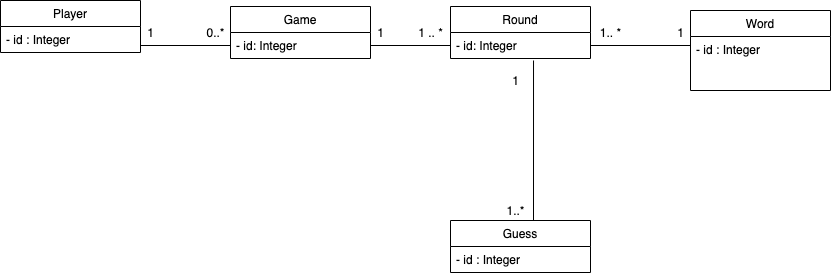
Above: Diagrams/LingoTrainerDomein.png in C5Lightning/cisq1-lingo (draw.io), before the change. Source tidied: cells renumbered, new cells last; positions are measured from the earlier drawing's top-left corner, leaving out a move shared by most shapes. The source it was exported from:
```xml
<mxGraphModel>
  <root>
    <mxCell id="0" />
    <mxCell id="1" parent="0" />
    <mxCell id="2" value="Word" style="swimlane;fontStyle=0;horizontal=1;startSize=26;fillColor=none;" parent="1" vertex="1">
      <mxGeometry x="690" y="10" width="140" height="80" as="geometry" />
    </mxCell>
    <mxCell id="3" value="- id : Integer" style="text;strokeColor=none;fillColor=none;align=left;verticalAlign=top;spacingLeft=4;spacingRight=4;overflow=hidden;" parent="2" vertex="1">
      <mxGeometry y="26" width="140" height="54" as="geometry" />
    </mxCell>
    <mxCell id="4" value="Round" style="swimlane;fontStyle=0;horizontal=1;startSize=26;fillColor=none;" parent="1" vertex="1">
      <mxGeometry x="450" y="6" width="140" height="52" as="geometry" />
    </mxCell>
    <mxCell id="5" value="- id: Integer" style="text;strokeColor=none;fillColor=none;align=left;verticalAlign=top;spacingLeft=4;spacingRight=4;overflow=hidden;" parent="4" vertex="1">
      <mxGeometry y="26" width="140" height="26" as="geometry" />
    </mxCell>
    <mxCell id="6" value="Player" style="swimlane;fontStyle=0;horizontal=1;startSize=26;fillColor=none;" parent="1" vertex="1">
      <mxGeometry width="140" height="52" as="geometry" />
    </mxCell>
    <mxCell id="7" value="- id : Integer" style="text;strokeColor=none;fillColor=none;align=left;verticalAlign=top;spacingLeft=4;spacingRight=4;overflow=hidden;points=[[0,0.5],[1,0.5]];portConstraint=eastwest;" parent="6" vertex="1">
      <mxGeometry y="26" width="140" height="26" as="geometry" />
    </mxCell>
    <mxCell id="8" value="Game" style="swimlane;fontStyle=0;horizontal=1;startSize=26;fillColor=none;" parent="1" vertex="1">
      <mxGeometry x="230" y="6" width="140" height="52" as="geometry" />
    </mxCell>
    <mxCell id="9" value="- id: Integer" style="text;strokeColor=none;fillColor=none;align=left;verticalAlign=top;spacingLeft=4;spacingRight=4;overflow=hidden;points=[[0,0.5],[1,0.5]];portConstraint=eastwest;" parent="8" vertex="1">
      <mxGeometry y="26" width="140" height="26" as="geometry" />
    </mxCell>
    <mxCell id="10" value="Guess" style="swimlane;fontStyle=0;horizontal=1;startSize=26;fillColor=none;" parent="1" vertex="1">
      <mxGeometry x="450" y="220" width="140" height="52" as="geometry" />
    </mxCell>
    <mxCell id="11" value="- id : Integer" style="text;strokeColor=none;fillColor=none;align=left;verticalAlign=top;spacingLeft=4;spacingRight=4;overflow=hidden;" parent="10" vertex="1">
      <mxGeometry y="26" width="140" height="26" as="geometry" />
    </mxCell>
    <mxCell id="12" style="edgeStyle=orthogonalEdgeStyle;rounded=0;jettySize=auto;html=1;exitX=1;exitY=0.5;exitDx=0;exitDy=0;entryX=0;entryY=0.5;entryDx=0;entryDy=0;endArrow=none;endFill=0;" parent="1" edge="1" source="7">
      <mxGeometry relative="1" as="geometry">
        <mxPoint x="230" y="45" as="targetPoint" />
        <Array as="points">
          <mxPoint x="140" y="45" />
        </Array>
      </mxGeometry>
    </mxCell>
    <mxCell id="13" style="edgeStyle=orthogonalEdgeStyle;rounded=0;orthogonalLoop=1;jettySize=auto;html=1;exitX=1;exitY=0.5;exitDx=0;exitDy=0;entryX=0;entryY=0.5;entryDx=0;entryDy=0;endArrow=none;endFill=0;" parent="1" edge="1">
      <mxGeometry relative="1" as="geometry">
        <mxPoint x="370" y="45" as="sourcePoint" />
        <mxPoint x="450" y="45" as="targetPoint" />
      </mxGeometry>
    </mxCell>
    <mxCell id="14" style="edgeStyle=orthogonalEdgeStyle;rounded=0;jettySize=auto;html=1;exitX=0.5;exitY=0;exitDx=0;exitDy=0;entryX=0.593;entryY=1.077;entryDx=0;entryDy=0;entryPerimeter=0;endArrow=none;endFill=0;" parent="1" edge="1" source="10">
      <mxGeometry relative="1" as="geometry">
        <mxPoint x="533" y="60" as="targetPoint" />
        <Array as="points">
          <mxPoint x="533" y="220" />
        </Array>
      </mxGeometry>
    </mxCell>
    <mxCell id="15" value="1" style="text;html=1;align=center;verticalAlign=middle;" parent="1" vertex="1">
      <mxGeometry x="140" y="22" width="20" height="20" as="geometry" />
    </mxCell>
    <mxCell id="16" value="0..*" style="text;html=1;align=center;verticalAlign=middle;" parent="1" vertex="1">
      <mxGeometry x="200" y="22" width="30" height="20" as="geometry" />
    </mxCell>
    <mxCell id="17" style="edgeStyle=orthogonalEdgeStyle;rounded=0;orthogonalLoop=1;jettySize=auto;html=1;exitX=1;exitY=0.5;exitDx=0;exitDy=0;entryX=0;entryY=0.5;entryDx=0;entryDy=0;endArrow=none;endFill=0;" parent="1" edge="1">
      <mxGeometry relative="1" as="geometry">
        <mxPoint x="590" y="45" as="sourcePoint" />
        <mxPoint x="690" y="45" as="targetPoint" />
      </mxGeometry>
    </mxCell>
    <mxCell id="18" value="1" style="text;html=1;align=center;verticalAlign=middle;" parent="1" vertex="1">
      <mxGeometry x="670" y="22" width="20" height="20" as="geometry" />
    </mxCell>
    <mxCell id="19" value="1 .. *" style="text;html=1;align=center;verticalAlign=middle;" parent="1" vertex="1">
      <mxGeometry x="410" y="22" width="40" height="20" as="geometry" />
    </mxCell>
    <mxCell id="20" value="1" style="text;html=1;align=center;verticalAlign=middle;" parent="1" vertex="1">
      <mxGeometry x="505" y="70" width="20" height="20" as="geometry" />
    </mxCell>
    <mxCell id="21" value="1..*" style="text;html=1;align=center;verticalAlign=middle;" parent="1" vertex="1">
      <mxGeometry x="500" y="200" width="30" height="20" as="geometry" />
    </mxCell>
    <mxCell id="22" value="1.. *" style="text;html=1;align=center;verticalAlign=middle;" parent="1" vertex="1">
      <mxGeometry x="590" y="22" width="40" height="20" as="geometry" />
    </mxCell>
    <mxCell id="23" value="1" style="text;html=1;align=center;verticalAlign=middle;" parent="1" vertex="1">
      <mxGeometry x="370" y="22" width="20" height="20" as="geometry" />
    </mxCell>
  </root>
</mxGraphModel>
```
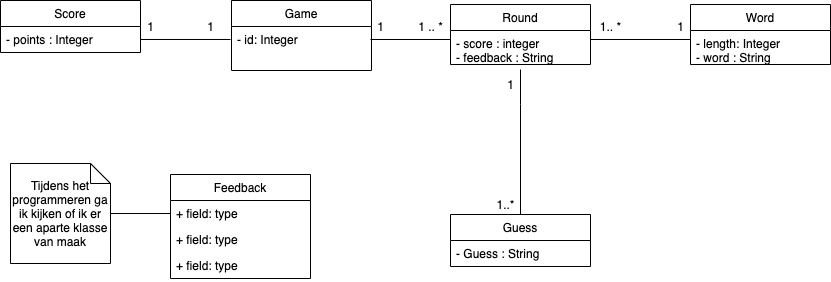
After the change.

The edit, as a diff of the source:
```diff
@@ -3,63 +3,32 @@
     <mxCell id="0" />
     <mxCell id="1" parent="0" />
     <mxCell id="2" value="Word" style="swimlane;fontStyle=0;horizontal=1;startSize=26;fillColor=none;" parent="1" vertex="1">
-      <mxGeometry x="690" y="10" width="140" height="80" as="geometry" />
+      <mxGeometry x="690" y="10" width="140" height="60" as="geometry" />
     </mxCell>
-    <mxCell id="3" value="- id : Integer" style="text;strokeColor=none;fillColor=none;align=left;verticalAlign=top;spacingLeft=4;spacingRight=4;overflow=hidden;" parent="2" vertex="1">
-      <mxGeometry y="26" width="140" height="54" as="geometry" />
+    <mxCell id="3" value="- length: Integer&#10;- word : String" style="text;strokeColor=none;fillColor=none;align=left;verticalAlign=top;spacingLeft=4;spacingRight=4;overflow=hidden;" parent="2" vertex="1">
+      <mxGeometry y="26" width="140" height="34" as="geometry" />
     </mxCell>
-    <mxCell id="4" value="Round" style="swimlane;fontStyle=0;horizontal=1;startSize=26;fillColor=none;" parent="1" vertex="1">
-      <mxGeometry x="450" y="6" width="140" height="52" as="geometry" />
-    </mxCell>
-    <mxCell id="5" value="- id: Integer" style="text;strokeColor=none;fillColor=none;align=left;verticalAlign=top;spacingLeft=4;spacingRight=4;overflow=hidden;" parent="4" vertex="1">
-      <mxGeometry y="26" width="140" height="26" as="geometry" />
-    </mxCell>
-    <mxCell id="6" value="Player" style="swimlane;fontStyle=0;horizontal=1;startSize=26;fillColor=none;" parent="1" vertex="1">
-      <mxGeometry width="140" height="52" as="geometry" />
-    </mxCell>
-    <mxCell id="7" value="- id : Integer" style="text;strokeColor=none;fillColor=none;align=left;verticalAlign=top;spacingLeft=4;spacingRight=4;overflow=hidden;points=[[0,0.5],[1,0.5]];portConstraint=eastwest;" parent="6" vertex="1">
-      <mxGeometry y="26" width="140" height="26" as="geometry" />
-    </mxCell>
     <mxCell id="8" value="Game" style="swimlane;fontStyle=0;horizontal=1;startSize=26;fillColor=none;" parent="1" vertex="1">
-      <mxGeometry x="230" y="6" width="140" height="52" as="geometry" />
+      <mxGeometry x="231" y="6" width="140" height="70" as="geometry" />
     </mxCell>
-    <mxCell id="9" value="- id: Integer" style="text;strokeColor=none;fillColor=none;align=left;verticalAlign=top;spacingLeft=4;spacingRight=4;overflow=hidden;points=[[0,0.5],[1,0.5]];portConstraint=eastwest;" parent="8" vertex="1">
-      <mxGeometry y="26" width="140" height="26" as="geometry" />
+    <mxCell id="9" value="- id: Integer&#10;" style="text;strokeColor=none;fillColor=none;align=left;verticalAlign=top;spacingLeft=4;spacingRight=4;overflow=hidden;points=[[0,0.5],[1,0.5]];portConstraint=eastwest;" parent="8" vertex="1">
+      <mxGeometry y="26" width="140" height="44" as="geometry" />
     </mxCell>
-    <mxCell id="10" value="Guess" style="swimlane;fontStyle=0;horizontal=1;startSize=26;fillColor=none;" parent="1" vertex="1">
-      <mxGeometry x="450" y="220" width="140" height="52" as="geometry" />
-    </mxCell>
-    <mxCell id="11" value="- id : Integer" style="text;strokeColor=none;fillColor=none;align=left;verticalAlign=top;spacingLeft=4;spacingRight=4;overflow=hidden;" parent="10" vertex="1">
-      <mxGeometry y="26" width="140" height="26" as="geometry" />
-    </mxCell>
-    <mxCell id="12" style="edgeStyle=orthogonalEdgeStyle;rounded=0;jettySize=auto;html=1;exitX=1;exitY=0.5;exitDx=0;exitDy=0;entryX=0;entryY=0.5;entryDx=0;entryDy=0;endArrow=none;endFill=0;" parent="1" edge="1" source="7">
-      <mxGeometry relative="1" as="geometry">
-        <mxPoint x="230" y="45" as="targetPoint" />
-        <Array as="points">
-          <mxPoint x="140" y="45" />
-        </Array>
-      </mxGeometry>
-    </mxCell>
     <mxCell id="13" style="edgeStyle=orthogonalEdgeStyle;rounded=0;orthogonalLoop=1;jettySize=auto;html=1;exitX=1;exitY=0.5;exitDx=0;exitDy=0;entryX=0;entryY=0.5;entryDx=0;entryDy=0;endArrow=none;endFill=0;" parent="1" edge="1">
       <mxGeometry relative="1" as="geometry">
         <mxPoint x="370" y="45" as="sourcePoint" />
         <mxPoint x="450" y="45" as="targetPoint" />
       </mxGeometry>
     </mxCell>
-    <mxCell id="14" style="edgeStyle=orthogonalEdgeStyle;rounded=0;jettySize=auto;html=1;exitX=0.5;exitY=0;exitDx=0;exitDy=0;entryX=0.593;entryY=1.077;entryDx=0;entryDy=0;entryPerimeter=0;endArrow=none;endFill=0;" parent="1" edge="1" source="10">
+    <mxCell id="14" style="edgeStyle=orthogonalEdgeStyle;rounded=0;jettySize=auto;html=1;exitX=0.5;exitY=0;exitDx=0;exitDy=0;endArrow=none;endFill=0;entryX=0.5;entryY=1.147;entryDx=0;entryDy=0;entryPerimeter=0;" parent="1" edge="1" target="29">
       <mxGeometry relative="1" as="geometry">
-        <mxPoint x="533" y="60" as="targetPoint" />
+        <mxPoint x="520" y="220" as="sourcePoint" />
         <Array as="points">
-          <mxPoint x="533" y="220" />
+          <mxPoint x="520" y="110" />
+          <mxPoint x="520" y="110" />
         </Array>
       </mxGeometry>
     </mxCell>
-    <mxCell id="15" value="1" style="text;html=1;align=center;verticalAlign=middle;" parent="1" vertex="1">
-      <mxGeometry x="140" y="22" width="20" height="20" as="geometry" />
-    </mxCell>
-    <mxCell id="16" value="0..*" style="text;html=1;align=center;verticalAlign=middle;" parent="1" vertex="1">
-      <mxGeometry x="200" y="22" width="30" height="20" as="geometry" />
-    </mxCell>
     <mxCell id="17" style="edgeStyle=orthogonalEdgeStyle;rounded=0;orthogonalLoop=1;jettySize=auto;html=1;exitX=1;exitY=0.5;exitDx=0;exitDy=0;entryX=0;entryY=0.5;entryDx=0;entryDy=0;endArrow=none;endFill=0;" parent="1" edge="1">
       <mxGeometry relative="1" as="geometry">
         <mxPoint x="590" y="45" as="sourcePoint" />
@@ -73,10 +42,10 @@
       <mxGeometry x="410" y="22" width="40" height="20" as="geometry" />
     </mxCell>
     <mxCell id="20" value="1" style="text;html=1;align=center;verticalAlign=middle;" parent="1" vertex="1">
-      <mxGeometry x="505" y="70" width="20" height="20" as="geometry" />
+      <mxGeometry x="500" y="80" width="20" height="20" as="geometry" />
     </mxCell>
     <mxCell id="21" value="1..*" style="text;html=1;align=center;verticalAlign=middle;" parent="1" vertex="1">
-      <mxGeometry x="500" y="200" width="30" height="20" as="geometry" />
+      <mxGeometry x="490" y="200" width="30" height="20" as="geometry" />
     </mxCell>
     <mxCell id="22" value="1.. *" style="text;html=1;align=center;verticalAlign=middle;" parent="1" vertex="1">
       <mxGeometry x="590" y="22" width="40" height="20" as="geometry" />
@@ -84,5 +53,50 @@
     <mxCell id="23" value="1" style="text;html=1;align=center;verticalAlign=middle;" parent="1" vertex="1">
       <mxGeometry x="370" y="22" width="20" height="20" as="geometry" />
     </mxCell>
+    <mxCell id="24" value="Score" style="swimlane;fontStyle=0;horizontal=1;startSize=26;fillColor=none;" parent="1" vertex="1">
+      <mxGeometry y="6" width="140" height="52" as="geometry" />
+    </mxCell>
+    <mxCell id="25" value="- points : Integer" style="text;strokeColor=none;fillColor=none;align=left;verticalAlign=top;spacingLeft=4;spacingRight=4;overflow=hidden;points=[[0,0.5],[1,0.5]];portConstraint=eastwest;" parent="24" vertex="1">
+      <mxGeometry y="26" width="140" height="26" as="geometry" />
+    </mxCell>
+    <mxCell id="26" style="edgeStyle=orthogonalEdgeStyle;rounded=0;jettySize=auto;html=1;entryX=-0.007;entryY=0.295;entryDx=0;entryDy=0;entryPerimeter=0;endArrow=none;endFill=0;" parent="1" edge="1" source="25" target="9">
+      <mxGeometry relative="1" as="geometry" />
+    </mxCell>
+    <mxCell id="15" value="1" style="text;html=1;align=center;verticalAlign=middle;" parent="1" vertex="1">
+      <mxGeometry x="140" y="22" width="20" height="20" as="geometry" />
+    </mxCell>
+    <mxCell id="27" value="1" style="text;html=1;align=center;verticalAlign=middle;" parent="1" vertex="1">
+      <mxGeometry x="200" y="22" width="20" height="20" as="geometry" />
+    </mxCell>
+    <mxCell id="10" value="Guess" style="swimlane;fontStyle=0;horizontal=1;startSize=26;fillColor=none;" parent="1" vertex="1">
+      <mxGeometry x="450" y="220" width="140" height="52" as="geometry" />
+    </mxCell>
+    <mxCell id="28" value="- Guess : String" style="text;strokeColor=none;fillColor=none;align=left;verticalAlign=top;spacingLeft=4;spacingRight=4;overflow=hidden;" parent="10" vertex="1">
+      <mxGeometry y="26" width="140" height="26" as="geometry" />
+    </mxCell>
+    <mxCell id="4" value="Round" style="swimlane;fontStyle=0;horizontal=1;startSize=26;fillColor=none;" parent="1" vertex="1">
+      <mxGeometry x="450" y="10" width="140" height="60" as="geometry" />
+    </mxCell>
+    <mxCell id="29" value="- score : integer&#10;- feedback : String" style="text;strokeColor=none;fillColor=none;align=left;verticalAlign=top;spacingLeft=4;spacingRight=4;overflow=hidden;points=[[0,0.5],[1,0.5]];portConstraint=eastwest;" parent="4" vertex="1">
+      <mxGeometry y="26" width="140" height="34" as="geometry" />
+    </mxCell>
+    <mxCell id="30" value="Feedback" style="swimlane;fontStyle=0;horizontal=1;startSize=26;fillColor=none;" parent="1" vertex="1">
+      <mxGeometry x="170" y="180" width="140" height="104" as="geometry" />
+    </mxCell>
+    <mxCell id="31" value="+ field: type" style="text;strokeColor=none;fillColor=none;align=left;verticalAlign=top;spacingLeft=4;spacingRight=4;overflow=hidden;points=[[0,0.5],[1,0.5]];portConstraint=eastwest;" parent="30" vertex="1">
+      <mxGeometry y="26" width="140" height="26" as="geometry" />
+    </mxCell>
+    <mxCell id="32" value="+ field: type" style="text;strokeColor=none;fillColor=none;align=left;verticalAlign=top;spacingLeft=4;spacingRight=4;overflow=hidden;" parent="30" vertex="1">
+      <mxGeometry y="52" width="140" height="26" as="geometry" />
+    </mxCell>
+    <mxCell id="33" value="+ field: type" style="text;strokeColor=none;fillColor=none;align=left;verticalAlign=top;spacingLeft=4;spacingRight=4;overflow=hidden;" parent="30" vertex="1">
+      <mxGeometry y="78" width="140" height="26" as="geometry" />
+    </mxCell>
+    <mxCell id="34" style="edgeStyle=orthogonalEdgeStyle;rounded=0;jettySize=auto;html=1;entryX=0;entryY=0.5;entryDx=0;entryDy=0;endArrow=none;endFill=0;" parent="1" edge="1" source="35" target="31">
+      <mxGeometry relative="1" as="geometry" />
+    </mxCell>
+    <mxCell id="35" value="Tijdens het programmeren ga ik kijken of ik er een aparte klasse van maak" style="shape=note;size=20;whiteSpace=wrap;html=1;" parent="1" vertex="1">
+      <mxGeometry x="10" y="169" width="100" height="100" as="geometry" />
+    </mxCell>
   </root>
 </mxGraphModel>
```
